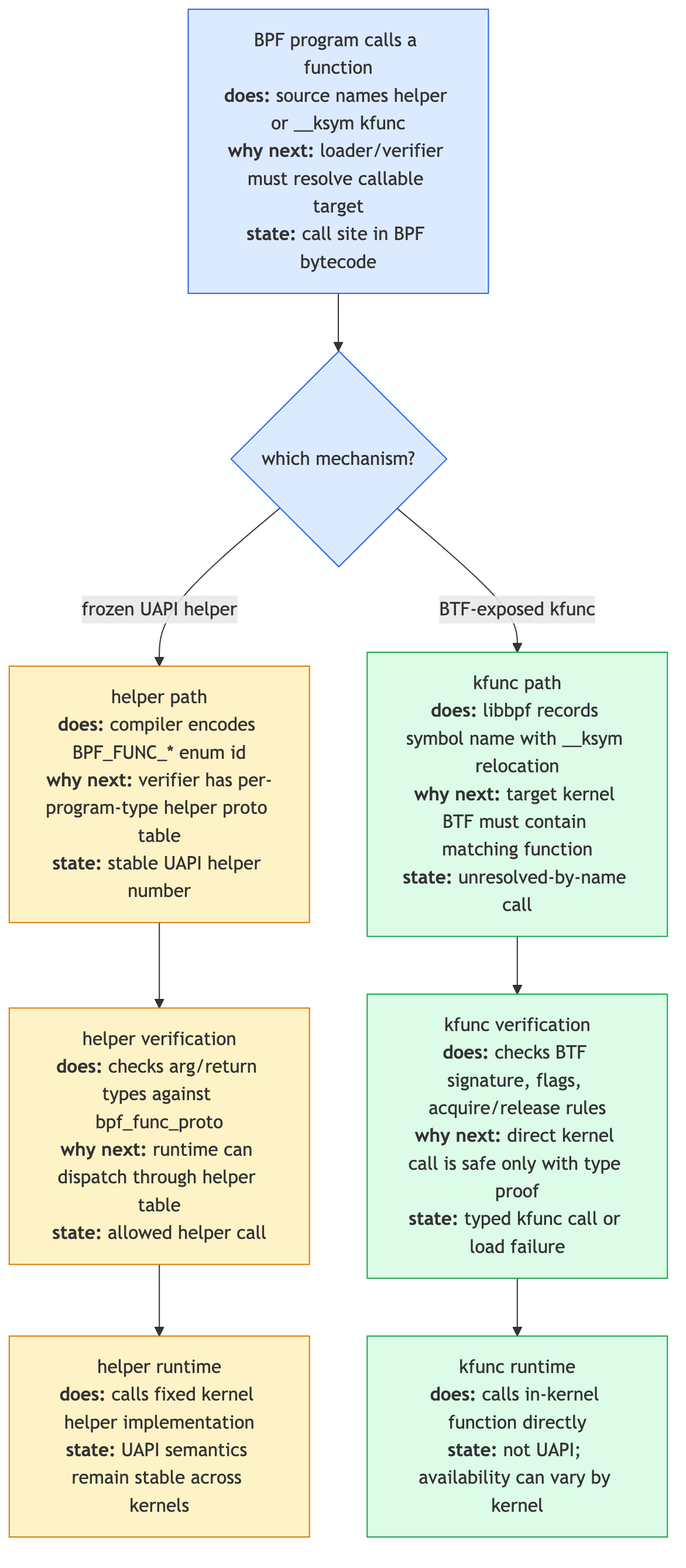
Earlier version of the Mermaid export ebpf/src/diagrams/day07_helper_vs_kfunc.png (biefy/books). Its source is kept beside it as ebpf/src/diagrams/src/day07_helper_vs_kfunc.mmd.
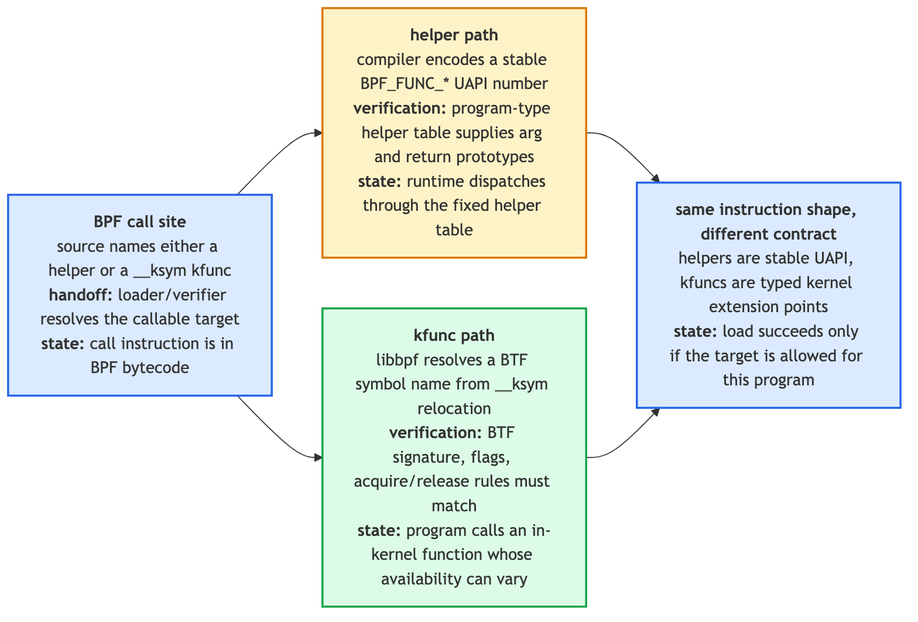
After the change.

What changed in the source:
```diff
@@ -1,20 +1,18 @@
-flowchart TD
-    Call["BPF program calls a function<br/><b>does:</b> source names helper or __ksym kfunc<br/><b>why next:</b> loader/verifier must resolve callable target<br/><b>state:</b> call site in BPF bytecode"]
-    Kind{"which mechanism?"}
-    HelperID["helper path<br/><b>does:</b> compiler encodes BPF_FUNC_* enum id<br/><b>why next:</b> verifier has per-program-type helper proto table<br/><b>state:</b> stable UAPI helper number"]
-    HelperVerify["helper verification<br/><b>does:</b> checks arg/return types against bpf_func_proto<br/><b>why next:</b> runtime can dispatch through helper table<br/><b>state:</b> allowed helper call"]
-    HelperRun["helper runtime<br/><b>does:</b> calls fixed kernel helper implementation<br/><b>state:</b> UAPI semantics remain stable across kernels"]
-    Ksym["kfunc path<br/><b>does:</b> libbpf records symbol name with __ksym relocation<br/><b>why next:</b> target kernel BTF must contain matching function<br/><b>state:</b> unresolved-by-name call"]
-    KVerify["kfunc verification<br/><b>does:</b> checks BTF signature, flags, acquire/release rules<br/><b>why next:</b> direct kernel call is safe only with type proof<br/><b>state:</b> typed kfunc call or load failure"]
-    KRun["kfunc runtime<br/><b>does:</b> calls in-kernel function directly<br/><b>state:</b> not UAPI; availability can vary by kernel"]
+flowchart LR
+    Call["<b>BPF call site</b><br/>source names either a helper or a __ksym kfunc<br/><b>handoff:</b> loader/verifier resolves the callable target<br/><b>state:</b> call instruction is in BPF bytecode"]
 
-    Call --> Kind
-    Kind -->|frozen UAPI helper| HelperID --> HelperVerify --> HelperRun
-    Kind -->|BTF-exposed kfunc| Ksym --> KVerify --> KRun
+    Helper["<b>helper path</b><br/>compiler encodes a stable BPF_FUNC_* UAPI number<br/><b>verification:</b> program-type helper table supplies arg and return prototypes<br/><b>state:</b> runtime dispatches through the fixed helper table"]
 
-    classDef root fill:#dbeafe,stroke:#2563eb
-    classDef helper fill:#fef3c7,stroke:#d97706
-    classDef kfunc fill:#dcfce7,stroke:#16a34a
-    class Call,Kind root
-    class HelperID,HelperVerify,HelperRun helper
-    class Ksym,KVerify,KRun kfunc
+    Kfunc["<b>kfunc path</b><br/>libbpf resolves a BTF symbol name from __ksym relocation<br/><b>verification:</b> BTF signature, flags, acquire/release rules must match<br/><b>state:</b> program calls an in-kernel function whose availability can vary"]
+
+    Result["<b>same instruction shape, different contract</b><br/>helpers are stable UAPI, kfuncs are typed kernel extension points<br/><b>state:</b> load succeeds only if the target is allowed for this program"]
+
+    Call --> Helper --> Result
+    Call --> Kfunc --> Result
+
+    classDef root fill:#dbeafe,stroke:#2563eb,stroke-width:2px
+    classDef helper fill:#fef3c7,stroke:#d97706,stroke-width:2px
+    classDef kfunc fill:#dcfce7,stroke:#16a34a,stroke-width:2px
+    class Call,Result root
+    class Helper helper
+    class Kfunc kfunc
```
